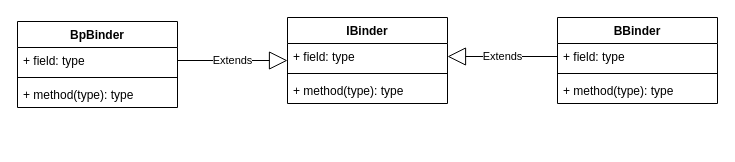
Earlier version of the draw.io diagram binder/diagram/libbinder class relationship.drawio (cuijpus/Android). Source tidied: cells renumbered, new cells numbered last; positions are measured from the earlier drawing's top-left corner, leaving out a move shared by most shapes. Both pictures are drawn from the tidied source at 100%, with x=0, y=0 at pixel (17, 17).
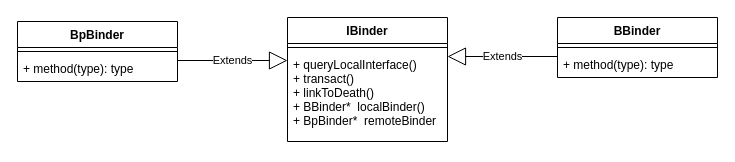
After the change.

Change to the diagram source:
```diff
@@
 <mxGraphModel>
   <root>
     <mxCell id="0" />
     <mxCell id="1" parent="0" />
     <mxCell id="2" value="IBinder" style="swimlane;fontStyle=1;align=center;verticalAlign=top;horizontal=1;startSize=26;" parent="1" vertex="1">
-      <mxGeometry x="270" width="160" height="86" as="geometry" />
+      <mxGeometry x="270" width="160" height="124" as="geometry" />
     </mxCell>
-    <mxCell id="3" value="+ field: type" style="text;strokeColor=none;fillColor=none;align=left;verticalAlign=top;spacingLeft=4;spacingRight=4;overflow=hidden;points=[[0,0.5],[1,0.5]];portConstraint=eastwest;" parent="2" vertex="1">
-      <mxGeometry y="26" width="160" height="26" as="geometry" />
-    </mxCell>
-    <mxCell id="4" value="Extends" style="endArrow=block;endSize=16;endFill=0;html=1;exitX=1;exitY=0.5;exitDx=0;exitDy=0;" parent="2" edge="1" source="8">
+    <mxCell id="4" value="Extends" style="endArrow=block;endSize=16;endFill=0;html=1;exitX=1;exitY=0.5;exitDx=0;exitDy=0;" parent="2" edge="1">
       <mxGeometry relative="1" as="geometry">
+        <mxPoint x="-110" y="43" as="sourcePoint" />
         <mxPoint y="43" as="targetPoint" />
       </mxGeometry>
     </mxCell>
     <mxCell id="5" style="line;strokeWidth=1;fillColor=none;align=left;verticalAlign=middle;spacingTop=-1;spacingLeft=3;spacingRight=3;labelPosition=right;" parent="2" vertex="1">
-      <mxGeometry y="52" width="160" height="8" as="geometry" />
+      <mxGeometry y="26" width="160" height="8" as="geometry" />
     </mxCell>
-    <mxCell id="6" value="+ method(type): type" style="text;strokeColor=none;fillColor=none;align=left;verticalAlign=top;spacingLeft=4;spacingRight=4;overflow=hidden;" parent="2" vertex="1">
-      <mxGeometry y="60" width="160" height="26" as="geometry" />
+    <mxCell id="6" value="+ queryLocalInterface()&#10;+ transact()&#10;+ linkToDeath()&#10;+ BBinder*  localBinder()&#10;+ BpBinder*  remoteBinder" style="text;strokeColor=none;fillColor=none;align=left;verticalAlign=top;spacingLeft=4;spacingRight=4;overflow=hidden;" parent="2" vertex="1">
+      <mxGeometry y="34" width="160" height="90" as="geometry" />
     </mxCell>
     <mxCell id="7" value="BpBinder" style="swimlane;fontStyle=1;align=center;verticalAlign=top;horizontal=1;startSize=26;" parent="1" vertex="1">
-      <mxGeometry y="4" width="160" height="86" as="geometry" />
+      <mxGeometry y="4" width="160" height="60" as="geometry" />
     </mxCell>
-    <mxCell id="8" value="+ field: type" style="text;strokeColor=none;fillColor=none;align=left;verticalAlign=top;spacingLeft=4;spacingRight=4;overflow=hidden;points=[[0,0.5],[1,0.5]];portConstraint=eastwest;" parent="7" vertex="1">
-      <mxGeometry y="26" width="160" height="26" as="geometry" />
-    </mxCell>
     <mxCell id="9" style="line;strokeWidth=1;fillColor=none;align=left;verticalAlign=middle;spacingTop=-1;spacingLeft=3;spacingRight=3;labelPosition=right;" parent="7" vertex="1">
-      <mxGeometry y="52" width="160" height="8" as="geometry" />
+      <mxGeometry y="26" width="160" height="8" as="geometry" />
     </mxCell>
     <mxCell id="10" value="+ method(type): type" style="text;strokeColor=none;fillColor=none;align=left;verticalAlign=top;spacingLeft=4;spacingRight=4;overflow=hidden;" parent="7" vertex="1">
-      <mxGeometry y="60" width="160" height="26" as="geometry" />
+      <mxGeometry y="34" width="160" height="26" as="geometry" />
     </mxCell>
     <mxCell id="11" value="BBinder&#10;&#10;" style="swimlane;fontStyle=1;align=center;verticalAlign=top;horizontal=1;startSize=26;" parent="1" vertex="1">
-      <mxGeometry x="540" width="160" height="86" as="geometry" />
+      <mxGeometry x="540" width="160" height="60" as="geometry" />
     </mxCell>
-    <mxCell id="12" value="+ field: type" style="text;strokeColor=none;fillColor=none;align=left;verticalAlign=top;spacingLeft=4;spacingRight=4;overflow=hidden;points=[[0,0.5],[1,0.5]];portConstraint=eastwest;" parent="11" vertex="1">
-      <mxGeometry y="26" width="160" height="26" as="geometry" />
-    </mxCell>
     <mxCell id="13" style="line;strokeWidth=1;fillColor=none;align=left;verticalAlign=middle;spacingTop=-1;spacingLeft=3;spacingRight=3;labelPosition=right;" parent="11" vertex="1">
-      <mxGeometry y="52" width="160" height="8" as="geometry" />
+      <mxGeometry y="26" width="160" height="8" as="geometry" />
     </mxCell>
     <mxCell id="14" value="+ method(type): type" style="text;strokeColor=none;fillColor=none;align=left;verticalAlign=top;spacingLeft=4;spacingRight=4;overflow=hidden;" parent="11" vertex="1">
-      <mxGeometry y="60" width="160" height="26" as="geometry" />
+      <mxGeometry y="34" width="160" height="26" as="geometry" />
     </mxCell>
-    <mxCell id="15" value="Extends" style="endArrow=block;endSize=16;endFill=0;html=1;entryX=1;entryY=0.5;entryDx=0;entryDy=0;exitX=0;exitY=0.5;exitDx=0;exitDy=0;" parent="1" edge="1" source="12" target="3">
-      <mxGeometry relative="1" as="geometry" />
+    <mxCell id="15" value="Extends" style="endArrow=block;endSize=16;endFill=0;html=1;entryX=1;entryY=0.5;entryDx=0;entryDy=0;exitX=0;exitY=0.5;exitDx=0;exitDy=0;" parent="1" edge="1">
+      <mxGeometry relative="1" as="geometry">
+        <mxPoint x="540" y="39" as="sourcePoint" />
+        <mxPoint x="430" y="39" as="targetPoint" />
+      </mxGeometry>
     </mxCell>
   </root>
 </mxGraphModel>
```
